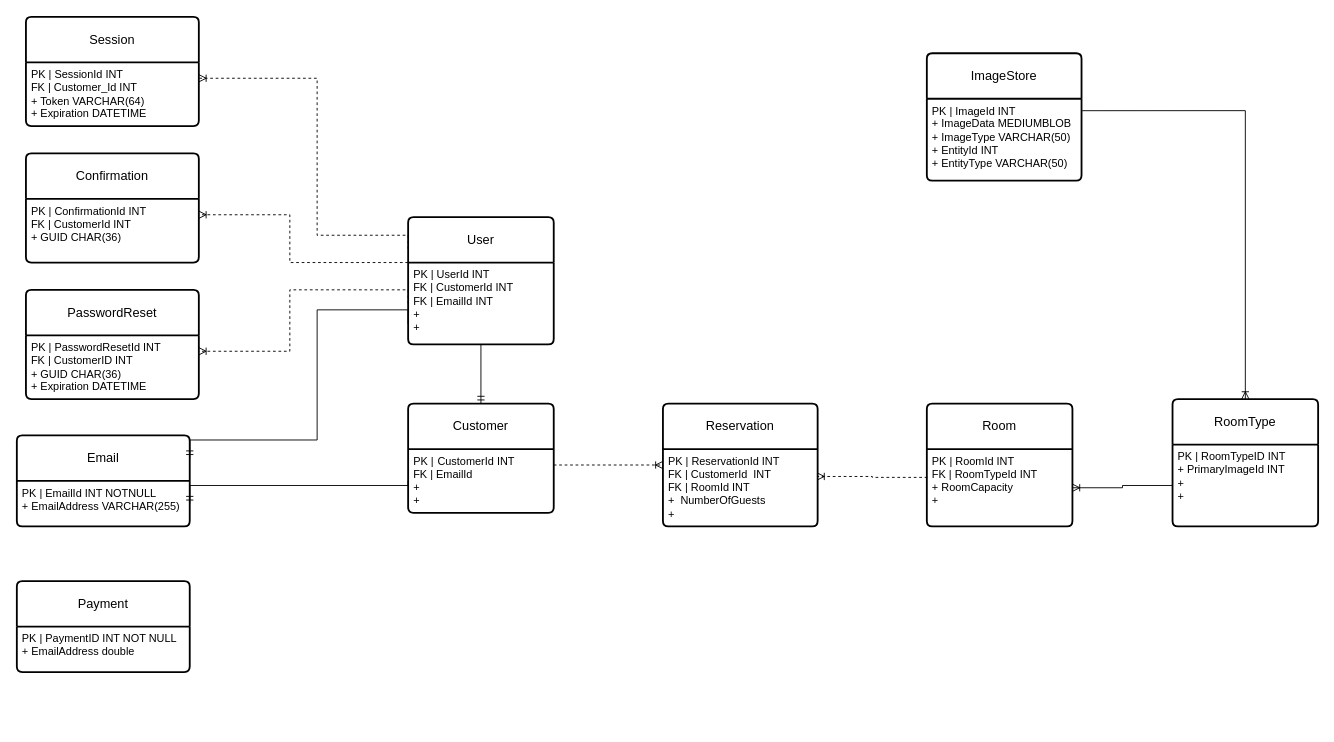
Above: MoffatBayDB.drawio in RUKtheCROOK/Moffat-Bay (draw.io), before the change. Source tidied: cells renumbered, new cells numbered last; positions are measured from the earlier drawing's top-left corner, leaving out a move shared by most shapes. Both pictures are drawn from the tidied source at 91%, with x=0, y=0 at pixel (16, 16).
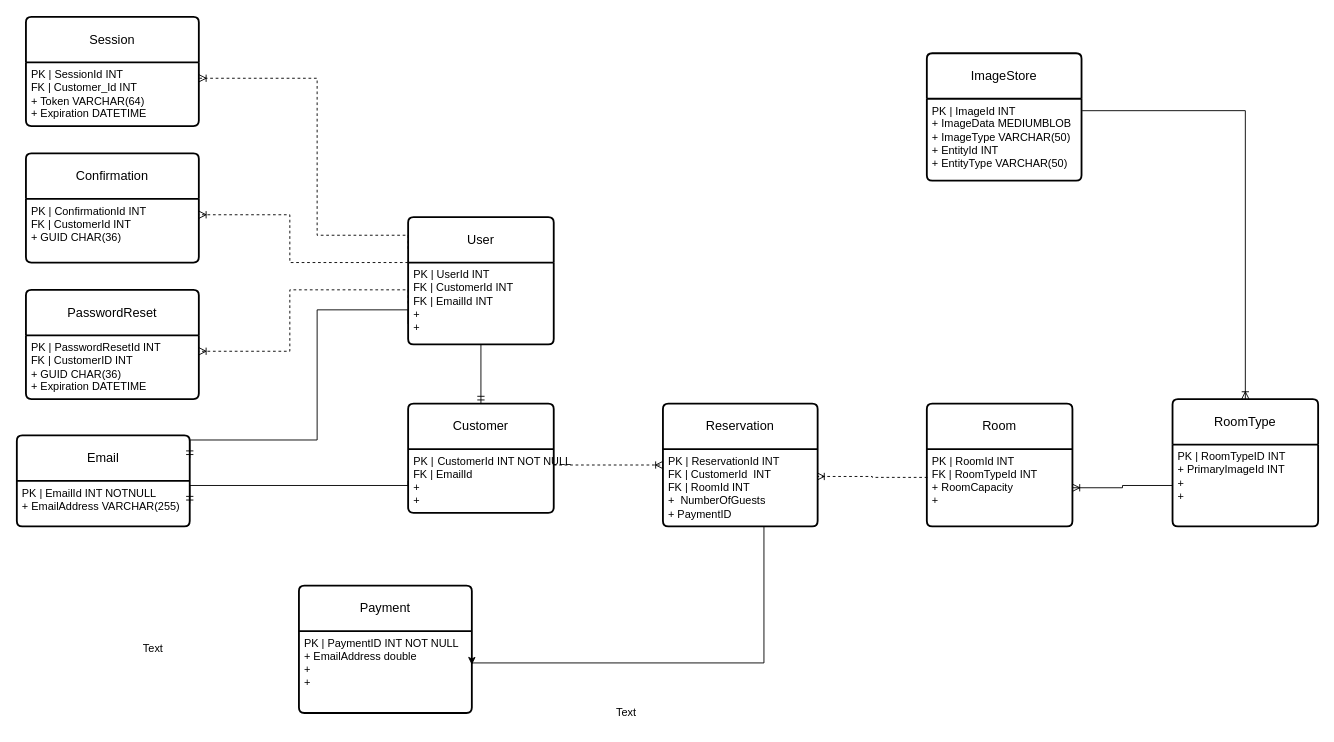
Above is the later version.

Commit message:
Taylor - pushing ERD

The change refers to these unchanged cells:
```xml
<mxCell id="2" value="Customer" style="swimlane;horizontal=1;startSize=50;rounded=1;fontSize=14;fontStyle=0;strokeWidth=2;shadow=0;dashed=0;align=center;arcSize=4;whiteSpace=wrap;html=1;" parent="1" vertex="1">
  <mxGeometry x="430" y="425" width="160" height="120" as="geometry" />
</mxCell>
<mxCell id="4" value="Reservation" style="swimlane;horizontal=1;startSize=50;rounded=1;fontSize=14;fontStyle=0;strokeWidth=2;shadow=0;dashed=0;align=center;arcSize=4;whiteSpace=wrap;html=1;" parent="1" vertex="1">
  <mxGeometry x="710" y="425" width="170" height="135" as="geometry" />
</mxCell>
```

Diff of the diagram source:
```diff
@@
-    <mxCell id="3" value="PK |&lt;span style=&quot;white-space: pre;&quot;&gt;&#9;&lt;/span&gt;CustomerId INT&lt;div&gt;FK | EmailId&lt;/div&gt;&lt;div&gt;+&lt;/div&gt;&lt;div&gt;+&lt;/div&gt;" style="align=left;strokeColor=none;fillColor=none;spacingLeft=4;fontSize=12;verticalAlign=top;html=1;" parent="2" vertex="1">
+    <mxCell id="3" value="PK |&lt;span style=&quot;white-space: pre;&quot;&gt;&#9;&lt;/span&gt;CustomerId INT NOT NULL&lt;div&gt;FK | EmailId&lt;/div&gt;&lt;div&gt;+&lt;/div&gt;&lt;div&gt;+&lt;/div&gt;" style="align=left;strokeColor=none;fillColor=none;spacingLeft=4;fontSize=12;verticalAlign=top;html=1;" parent="2" vertex="1">
       <mxGeometry y="50" width="160" height="70" as="geometry" />
     </mxCell>
@@
-    <mxCell id="5" value="&lt;div&gt;PK | ReservationId INT&lt;/div&gt;FK | CustomerId&amp;nbsp; INT&lt;div&gt;FK | RoomId INT&lt;/div&gt;&lt;div&gt;+&amp;nbsp; NumberOfGuests&lt;/div&gt;&lt;div&gt;+&amp;nbsp;&lt;/div&gt;" style="align=left;strokeColor=none;fillColor=none;spacingLeft=4;fontSize=12;verticalAlign=top;html=1;" parent="4" vertex="1">
+    <mxCell id="5" value="&lt;div&gt;PK | ReservationId INT&lt;/div&gt;FK | CustomerId&amp;nbsp; INT&lt;div&gt;FK | RoomId INT&lt;/div&gt;&lt;div&gt;+&amp;nbsp; NumberOfGuests&lt;/div&gt;&lt;div&gt;+ PaymentID&lt;/div&gt;" style="align=left;strokeColor=none;fillColor=none;spacingLeft=4;fontSize=12;verticalAlign=top;html=1;" parent="4" vertex="1">
       <mxGeometry y="50" width="170" height="85" as="geometry" />
     </mxCell>
@@
     <mxCell id="32" value="Payment" style="swimlane;horizontal=1;startSize=50;rounded=1;fontSize=14;fontStyle=0;strokeWidth=2;shadow=0;dashed=0;align=center;arcSize=4;whiteSpace=wrap;html=1;" parent="1" vertex="1">
-      <mxGeometry y="620" width="190" height="100" as="geometry" />
+      <mxGeometry x="310" y="625" width="190" height="140" as="geometry" />
     </mxCell>
+    <mxCell id="34" style="edgeStyle=orthogonalEdgeStyle;rounded=0;orthogonalLoop=1;jettySize=auto;html=1;exitX=0.5;exitY=1;exitDx=0;exitDy=0;entryX=0.995;entryY=0.411;entryDx=0;entryDy=0;entryPerimeter=0;" parent="32" edge="1">
+      <mxGeometry relative="1" as="geometry">
+        <mxPoint x="511" y="-65" as="sourcePoint" />
+        <mxPoint x="190" y="87" as="targetPoint" />
+        <Array as="points">
+          <mxPoint x="511" y="85" />
+          <mxPoint x="190" y="85" />
+        </Array>
+      </mxGeometry>
+    </mxCell>
-    <mxCell id="33" value="PK | PaymentID INT NOT NULL&lt;div&gt;+ EmailAddress double&lt;/div&gt;" style="align=left;strokeColor=none;fillColor=none;spacingLeft=4;fontSize=12;verticalAlign=top;html=1;" parent="32" vertex="1">
-      <mxGeometry y="50" width="190" height="50" as="geometry" />
+    <mxCell id="33" value="PK | PaymentID INT NOT NULL&lt;div&gt;+ EmailAddress double&lt;/div&gt;&lt;div&gt;+&lt;/div&gt;&lt;div&gt;+&lt;/div&gt;" style="align=left;strokeColor=none;fillColor=none;spacingLeft=4;fontSize=12;verticalAlign=top;html=1;" parent="32" vertex="1">
+      <mxGeometry y="50" width="190" height="90" as="geometry" />
     </mxCell>
+    <mxCell id="35" value="Text" style="text;strokeColor=none;align=center;fillColor=none;html=1;verticalAlign=middle;whiteSpace=wrap;rounded=0;" parent="1" vertex="1">
+      <mxGeometry x="120" y="680" width="60" height="30" as="geometry" />
+    </mxCell>
+    <mxCell id="36" value="Text" style="text;strokeColor=none;align=center;fillColor=none;html=1;verticalAlign=middle;whiteSpace=wrap;rounded=0;" parent="1" vertex="1">
+      <mxGeometry x="640" y="750" width="60" height="30" as="geometry" />
+    </mxCell>
```
